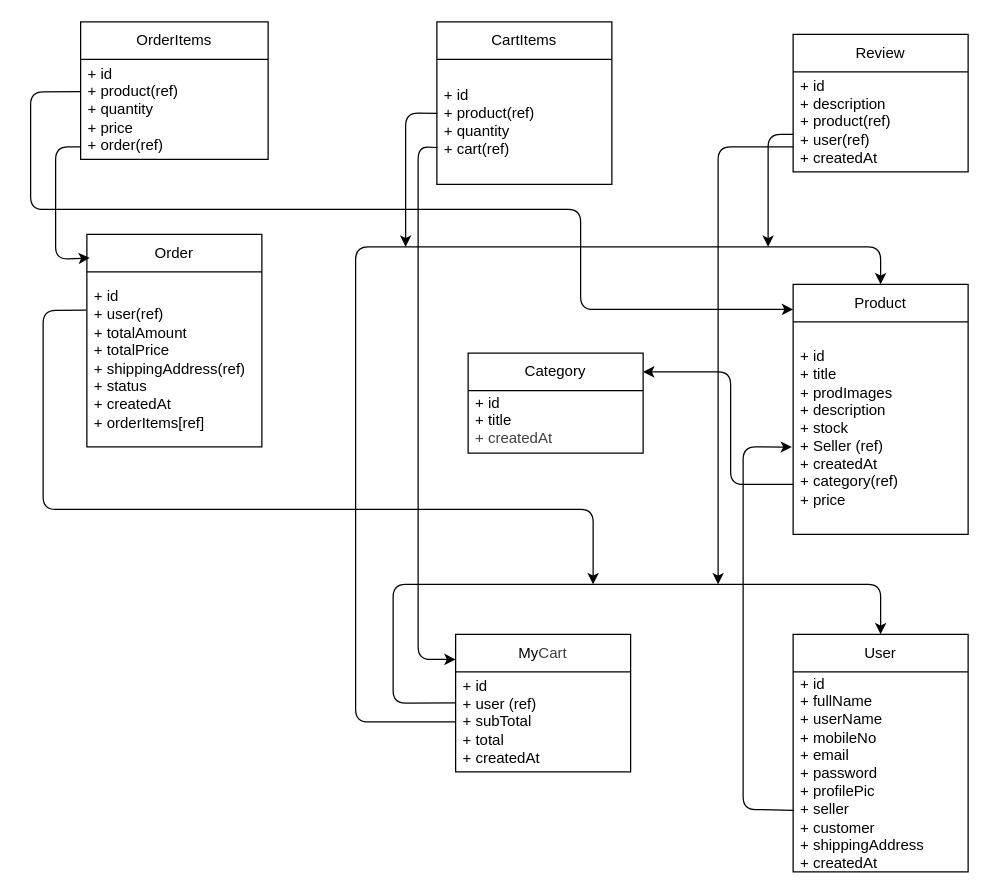
Before: src/models/dataModel.drawio in Pranaw-Rai009/E-Commerce-System, a draw.io diagram. Source tidied: cells renumbered, new cells numbered last; positions are measured from the earlier drawing's top-left corner, leaving out a move shared by most shapes. Both pictures are drawn from the tidied source at 125%, with x=0, y=0 at pixel (30, 21).
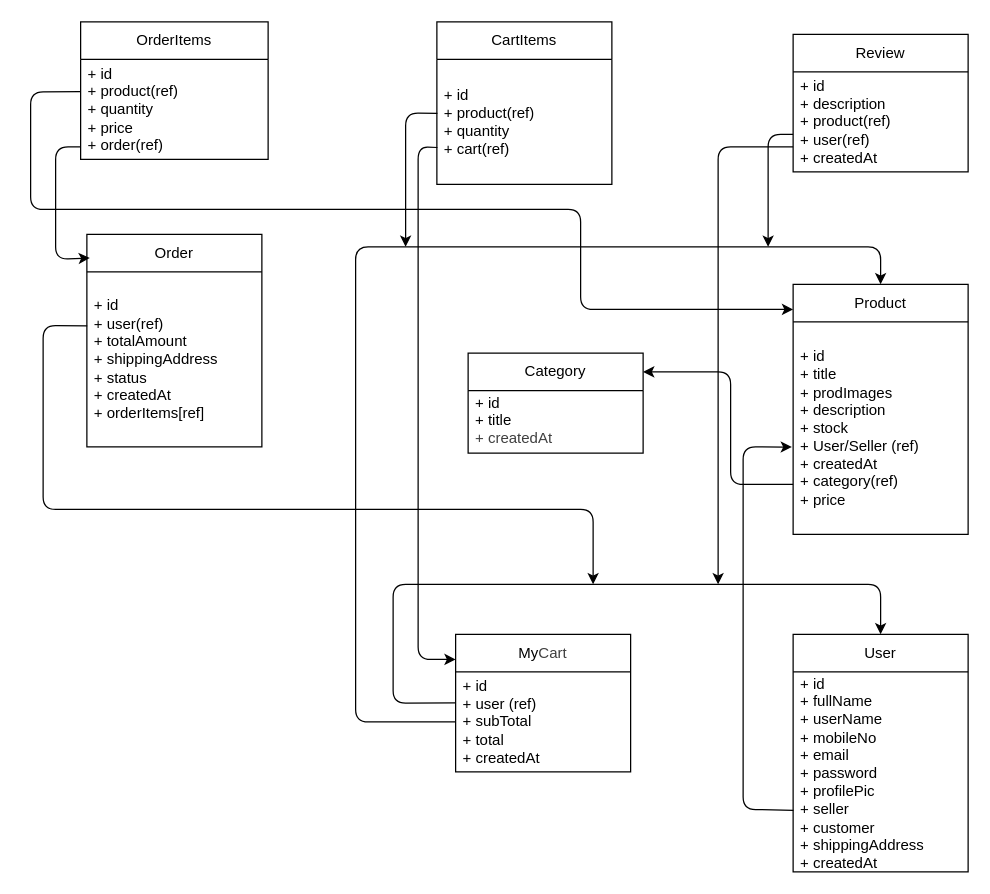
The same diagram, later.

Commit message:
Add(data): data modelling fixed 2

Unchanged cells that the change refers to:
```xml
<mxCell id="4" value="Product" style="swimlane;fontStyle=0;horizontal=1;startSize=30;whiteSpace=wrap;html=1;" parent="1" vertex="1">
  <mxGeometry x="610" y="210" width="140" height="200" as="geometry" />
</mxCell>
<mxCell id="24" value="Order" style="swimlane;fontStyle=0;horizontal=1;startSize=30;whiteSpace=wrap;html=1;" parent="1" vertex="1">
  <mxGeometry x="45" y="170" width="140" height="170" as="geometry" />
</mxCell>
```

Diff of the diagram source:
```diff
@@
-<mxGraphModel>
+<mxGraphModel background="#ffffff">
@@
-    <mxCell id="5" value="&lt;div&gt;+ id&lt;/div&gt;+ title&lt;div&gt;&lt;font color=&quot;#000000&quot;&gt;+ prodImages&lt;br&gt;&lt;/font&gt;&lt;div&gt;+ description&lt;/div&gt;&lt;div&gt;+ stock&lt;/div&gt;&lt;div&gt;+ Seller (ref)&lt;/div&gt;&lt;div&gt;+ createdAt&lt;/div&gt;&lt;/div&gt;&lt;div&gt;+ category(ref)&lt;/div&gt;&lt;div&gt;+ price&lt;/div&gt;" style="text;strokeColor=none;fillColor=none;align=left;verticalAlign=middle;spacingLeft=4;spacingRight=4;overflow=hidden;points=[[0,0.5],[1,0.5]];portConstraint=eastwest;whiteSpace=wrap;html=1;" parent="4" vertex="1">
+    <mxCell id="5" value="&lt;div&gt;+ id&lt;/div&gt;+ title&lt;div&gt;&lt;font color=&quot;#000000&quot;&gt;+ prodImages&lt;br&gt;&lt;/font&gt;&lt;div&gt;+ description&lt;/div&gt;&lt;div&gt;+ stock&lt;/div&gt;&lt;div&gt;+ User/Seller (ref)&lt;/div&gt;&lt;div&gt;+ createdAt&lt;/div&gt;&lt;/div&gt;&lt;div&gt;+ category(ref)&lt;/div&gt;&lt;div&gt;+ price&lt;/div&gt;" style="text;strokeColor=none;fillColor=none;align=left;verticalAlign=middle;spacingLeft=4;spacingRight=4;overflow=hidden;points=[[0,0.5],[1,0.5]];portConstraint=eastwest;whiteSpace=wrap;html=1;" parent="4" vertex="1">
       <mxGeometry y="30" width="140" height="170" as="geometry" />
     </mxCell>
@@
-    <mxCell id="25" value="+ id&lt;div&gt;+ user(ref)&lt;/div&gt;&lt;div&gt;+ totalAmount&lt;/div&gt;&lt;div&gt;+ totalPrice&lt;/div&gt;&lt;div&gt;+ shippingAddress(ref)&lt;/div&gt;&lt;div&gt;+ status&lt;/div&gt;&lt;div&gt;+ createdAt&lt;/div&gt;&lt;div&gt;+ orderItems[ref]&lt;/div&gt;" style="text;strokeColor=none;fillColor=none;align=left;verticalAlign=middle;spacingLeft=4;spacingRight=4;overflow=hidden;points=[[0,0.5],[1,0.5]];portConstraint=eastwest;whiteSpace=wrap;html=1;" parent="24" vertex="1">
+    <mxCell id="25" value="+ id&lt;div&gt;+ user(ref)&lt;/div&gt;&lt;div&gt;+ totalAmount&lt;/div&gt;&lt;div&gt;+ shippingAddress&lt;/div&gt;&lt;div&gt;+ status&lt;/div&gt;&lt;div&gt;+ createdAt&lt;/div&gt;&lt;div&gt;+ orderItems[ref]&lt;/div&gt;" style="text;strokeColor=none;fillColor=none;align=left;verticalAlign=middle;spacingLeft=4;spacingRight=4;overflow=hidden;points=[[0,0.5],[1,0.5]];portConstraint=eastwest;whiteSpace=wrap;html=1;" parent="24" vertex="1">
       <mxGeometry y="30" width="140" height="140" as="geometry" />
     </mxCell>
@@
-    <mxCell id="28" style="endArrow=classic;html=1;exitX=-0.003;exitY=0.218;exitDx=0;exitDy=0;exitPerimeter=0;" parent="1" edge="1" source="25">
+    <mxCell id="28" style="endArrow=classic;html=1;exitX=0.002;exitY=0.309;exitDx=0;exitDy=0;exitPerimeter=0;" parent="1" edge="1" source="25">
       <mxGeometry relative="1" as="geometry">
         <mxPoint x="450" y="450" as="targetPoint" />
         <Array as="points">
-          <mxPoint x="10" y="231" />
+          <mxPoint x="10" y="243" />
           <mxPoint x="10" y="390" />
           <mxPoint x="450" y="390" />
         </Array>
       </mxGeometry>
     </mxCell>
```
